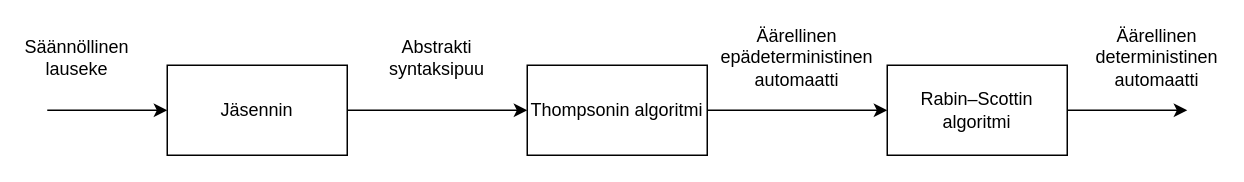
simokettunen/tiralabra-regex keeps this draw.io diagram as dokumentaatio/imgs/compiling.drawio. Above is the earlier version. Source tidied: cells renumbered, new cells numbered last; positions are measured from the earlier drawing's top-left corner, leaving out a move shared by most shapes. Both pictures are drawn from the tidied source at 150%, with x=0, y=0 at pixel (32, 34).
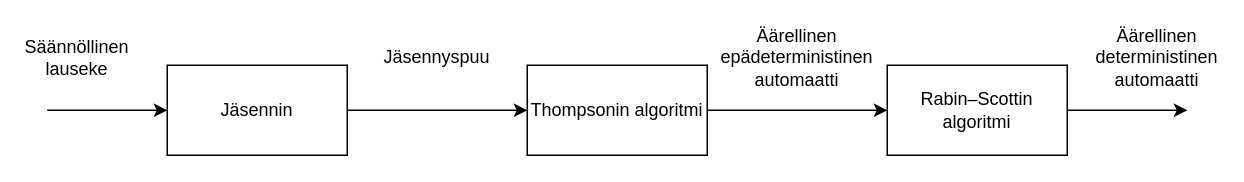
Above is the later version.

Diff of the diagram source:
```diff
@@
 <mxGraphModel>
   <root>
     <mxCell id="0" />
     <mxCell id="1" parent="0" />
     <mxCell id="2" value="Jäsennin" style="rounded=0;whiteSpace=wrap;html=1;" parent="1" vertex="1">
       <mxGeometry x="90" y="20" width="120" height="60" as="geometry" />
     </mxCell>
     <mxCell id="3" value="Thompsonin algoritmi" style="rounded=0;whiteSpace=wrap;html=1;" parent="1" vertex="1">
       <mxGeometry x="330" y="20" width="120" height="60" as="geometry" />
     </mxCell>
     <mxCell id="4" value="&lt;div&gt;Rabin–Scottin algoritmi&lt;br&gt;&lt;/div&gt;" style="rounded=0;whiteSpace=wrap;html=1;" parent="1" vertex="1">
       <mxGeometry x="570" y="20" width="120" height="60" as="geometry" />
     </mxCell>
     <mxCell id="5" style="endArrow=classic;html=1;rounded=0;entryX=0;entryY=0.5;entryDx=0;entryDy=0;" parent="1" edge="1" target="2">
       <mxGeometry relative="1" as="geometry">
         <mxPoint x="10" y="50" as="sourcePoint" />
       </mxGeometry>
     </mxCell>
     <mxCell id="6" style="endArrow=classic;html=1;rounded=0;exitX=1;exitY=0.5;exitDx=0;exitDy=0;entryX=0;entryY=0.5;entryDx=0;entryDy=0;" parent="1" edge="1" source="2" target="3">
       <mxGeometry relative="1" as="geometry" />
     </mxCell>
     <mxCell id="7" style="endArrow=classic;html=1;rounded=0;exitX=1;exitY=0.5;exitDx=0;exitDy=0;entryX=0;entryY=0.5;entryDx=0;entryDy=0;" parent="1" edge="1" source="3" target="4">
       <mxGeometry relative="1" as="geometry" />
     </mxCell>
     <mxCell id="8" style="endArrow=classic;html=1;rounded=0;exitX=1;exitY=0.5;exitDx=0;exitDy=0;" parent="1" edge="1" source="4">
       <mxGeometry relative="1" as="geometry">
         <mxPoint x="770" y="50" as="targetPoint" />
       </mxGeometry>
     </mxCell>
-    <mxCell id="9" value="Abstrakti syntaksipuu" style="text;html=1;strokeColor=none;fillColor=none;align=center;verticalAlign=middle;whiteSpace=wrap;rounded=0;" parent="1" vertex="1">
+    <mxCell id="9" value="Jäsennyspuu" style="text;html=1;strokeColor=none;fillColor=none;align=center;verticalAlign=middle;whiteSpace=wrap;rounded=0;" parent="1" vertex="1">
       <mxGeometry x="240" width="60" height="30" as="geometry" />
     </mxCell>
     <mxCell id="10" value="Äärellinen epädeterministinen automaatti" style="text;html=1;strokeColor=none;fillColor=none;align=center;verticalAlign=middle;whiteSpace=wrap;rounded=0;" parent="1" vertex="1">
       <mxGeometry x="480" width="60" height="30" as="geometry" />
     </mxCell>
     <mxCell id="11" value="Säännöllinen lauseke" style="text;html=1;strokeColor=none;fillColor=none;align=center;verticalAlign=middle;whiteSpace=wrap;rounded=0;" parent="1" vertex="1">
       <mxGeometry width="60" height="30" as="geometry" />
     </mxCell>
     <mxCell id="12" value="Äärellinen deterministinen automaatti" style="text;html=1;strokeColor=none;fillColor=none;align=center;verticalAlign=middle;whiteSpace=wrap;rounded=0;" parent="1" vertex="1">
       <mxGeometry x="720" width="60" height="30" as="geometry" />
     </mxCell>
   </root>
 </mxGraphModel>
```
